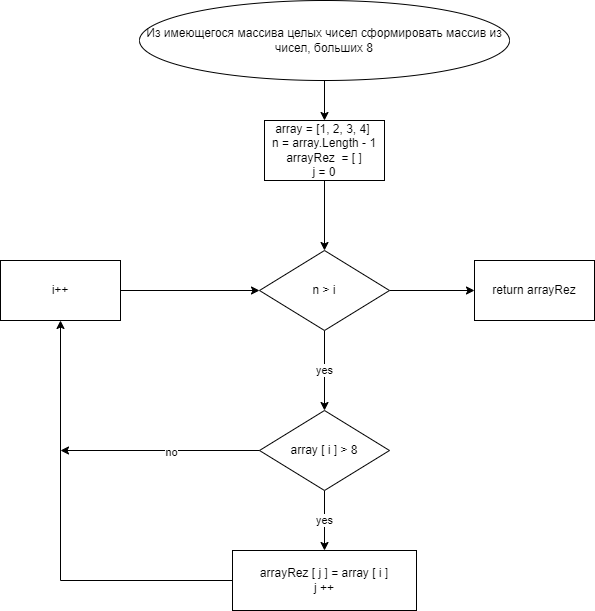
The draw.io diagram Block diagram.drawio.png in AlmirGiniyatullin/1Chetvetr, before a commit. Source tidied: cells renumbered, new cells last; positions are measured from the earlier drawing's top-left corner, leaving out a move shared by most shapes. Its diagram source:
```xml
<mxGraphModel>
  <root>
    <mxCell id="0" />
    <mxCell id="1" parent="0" />
    <mxCell id="2" style="edgeStyle=orthogonalEdgeStyle;rounded=0;orthogonalLoop=1;jettySize=auto;html=1;entryX=0;entryY=0.5;entryDx=0;entryDy=0;" parent="1" edge="1">
      <mxGeometry relative="1" as="geometry">
        <mxPoint x="670" y="545" as="sourcePoint" />
        <Array as="points">
          <mxPoint x="670" y="860" />
          <mxPoint y="860" />
          <mxPoint y="330" />
        </Array>
      </mxGeometry>
    </mxCell>
    <mxCell id="3" style="edgeStyle=orthogonalEdgeStyle;rounded=0;jettySize=auto;html=1;" parent="1" edge="1" source="4" target="6">
      <mxGeometry relative="1" as="geometry" />
    </mxCell>
    <mxCell id="4" value="Из имеющегося массива целых чисел сформировать массив из чисел, больших 8" style="ellipse;whiteSpace=wrap;html=1;" parent="1" vertex="1">
      <mxGeometry x="219" width="370" height="80" as="geometry" />
    </mxCell>
    <mxCell id="5" style="edgeStyle=orthogonalEdgeStyle;rounded=0;jettySize=auto;html=1;" parent="1" edge="1" source="6" target="9">
      <mxGeometry relative="1" as="geometry" />
    </mxCell>
    <mxCell id="6" value="array =&amp;nbsp;[1, 2, 3, 4]&amp;nbsp;&lt;br&gt;n = array.Length - 1&lt;br&gt;arrayRez&amp;nbsp; = [ ]&lt;br&gt;j = 0" style="whiteSpace=wrap;html=1;" parent="1" vertex="1">
      <mxGeometry x="344" y="120" width="120" height="60" as="geometry" />
    </mxCell>
    <mxCell id="7" value="yes" style="edgeStyle=orthogonalEdgeStyle;rounded=0;jettySize=auto;html=1;" parent="1" edge="1" source="9" target="11">
      <mxGeometry relative="1" as="geometry" />
    </mxCell>
    <mxCell id="8" style="edgeStyle=orthogonalEdgeStyle;rounded=0;jettySize=auto;html=1;" parent="1" edge="1" source="9" target="18">
      <mxGeometry relative="1" as="geometry" />
    </mxCell>
    <mxCell id="9" value="n &amp;gt; i" style="rhombus;whiteSpace=wrap;html=1;" parent="1" vertex="1">
      <mxGeometry x="339" y="250" width="130" height="80" as="geometry" />
    </mxCell>
    <mxCell id="10" value="yes" style="edgeStyle=orthogonalEdgeStyle;rounded=0;jettySize=auto;html=1;" parent="1" edge="1" source="11" target="13">
      <mxGeometry relative="1" as="geometry" />
    </mxCell>
    <mxCell id="11" value="array [ i ] &amp;gt; 8" style="rhombus;whiteSpace=wrap;html=1;" parent="1" vertex="1">
      <mxGeometry x="339" y="410" width="130" height="80" as="geometry" />
    </mxCell>
    <mxCell id="12" style="edgeStyle=orthogonalEdgeStyle;rounded=0;jettySize=auto;html=1;" parent="1" edge="1" source="13" target="14">
      <mxGeometry relative="1" as="geometry" />
    </mxCell>
    <mxCell id="13" value="arrayRez [ j ] = array [ i ]&lt;br&gt;j ++" style="whiteSpace=wrap;html=1;" parent="1" vertex="1">
      <mxGeometry x="312" y="550" width="184" height="60" as="geometry" />
    </mxCell>
    <mxCell id="14" value="i++" style="whiteSpace=wrap;html=1;" parent="1" vertex="1">
      <mxGeometry x="80" y="260" width="120" height="60" as="geometry" />
    </mxCell>
    <mxCell id="15" style="endArrow=classic;html=1;rounded=0;entryX=0;entryY=0.5;entryDx=0;entryDy=0;" parent="1" edge="1" target="9">
      <mxGeometry relative="1" as="geometry">
        <mxPoint x="200" y="290" as="sourcePoint" />
      </mxGeometry>
    </mxCell>
    <mxCell id="16" style="endArrow=classic;html=1;rounded=0;exitX=0;exitY=0.5;exitDx=0;exitDy=0;" parent="1" edge="1" source="11">
      <mxGeometry relative="1" as="geometry">
        <mxPoint x="140" y="450" as="targetPoint" />
      </mxGeometry>
    </mxCell>
    <mxCell id="17" value="no" style="edgeLabel;html=1;align=center;verticalAlign=middle;" parent="16" vertex="1">
      <mxGeometry x="-0.11" y="1" relative="1" as="geometry" />
    </mxCell>
    <mxCell id="18" value="return arrayRez" style="whiteSpace=wrap;html=1;" parent="1" vertex="1">
      <mxGeometry x="554" y="260" width="120" height="60" as="geometry" />
    </mxCell>
  </root>
</mxGraphModel>
```
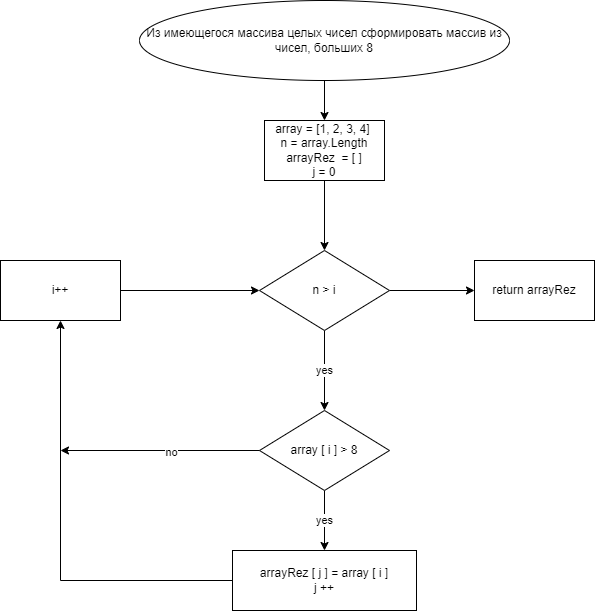
Above is the later version.

The edit, as a diff of the source:
```diff
@@ -21,7 +21,7 @@
     <mxCell id="5" style="edgeStyle=orthogonalEdgeStyle;rounded=0;jettySize=auto;html=1;" parent="1" edge="1" source="6" target="9">
       <mxGeometry relative="1" as="geometry" />
     </mxCell>
-    <mxCell id="6" value="array =&amp;nbsp;[1, 2, 3, 4]&amp;nbsp;&lt;br&gt;n = array.Length - 1&lt;br&gt;arrayRez&amp;nbsp; = [ ]&lt;br&gt;j = 0" style="whiteSpace=wrap;html=1;" parent="1" vertex="1">
+    <mxCell id="6" value="array =&amp;nbsp;[1, 2, 3, 4]&amp;nbsp;&lt;br&gt;n = array.Length&lt;br&gt;arrayRez&amp;nbsp; = [ ]&lt;br&gt;j = 0" style="whiteSpace=wrap;html=1;" parent="1" vertex="1">
       <mxGeometry x="344" y="120" width="120" height="60" as="geometry" />
     </mxCell>
     <mxCell id="7" value="yes" style="edgeStyle=orthogonalEdgeStyle;rounded=0;jettySize=auto;html=1;" parent="1" edge="1" source="9" target="11">
```
